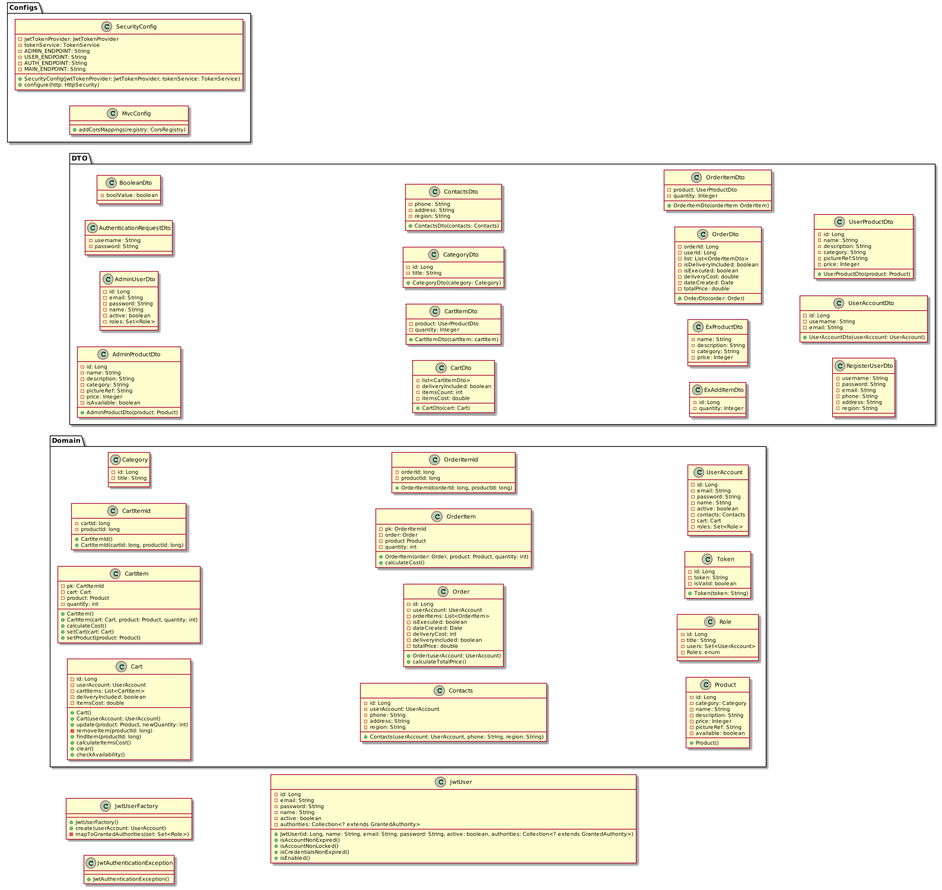
This is docs/uml/class_diagram_2.png from stroitel201/techshop, a PlantUML export, as it was before one commit. Source of this version:
```plantuml
@startuml
scale 3000 width
scale 1500 height
left to right direction

class JwtUserFactory{
    +{method}JwtUserFactory()
    +{method}create(userAccount: UserAccount)
    -{method}mapToGrantedAuthorities(set: Set<Role>)
}

class JwtAuthenticationException{
    +{method}JwtAuthenticationException()
}

class JwtUser{
    -id: Long
    -email: String
    -password: String
    -name: String
    -active: boolean
    -authorities: Collection<? extends GrantedAuthority>
    +{method}JwtUser(id: Long, name: String, email: String, password: String, active: boolean, authorities: Collection<? extends GrantedAuthority>)
    +{method}isAccountNonExpired()
    +{method}isAccountNonLocked()
    +{method}isCredentialsNonExpired()
    +{method}isEnabled()
}

Package "Domain"{
    class Cart{
        -id: Long
        -userAccount: UserAccount
        -cartItems: List<CartItem>
        -deliveryIncluded: boolean
        -itemsCost: double
        +{method}Cart()
        +{method}Cart(userAccount: UserAccount)
        +{method}update(product: Product, newQuantity: int)
        -{method}removeItem(productId: long)
        +{method}findItem(productId: long)
        +{method}calculateItemsCost()
        +{method}clear()
        +{method}checkAvailability()
    }

    class CartItem{
        -pk: CartItemId
        -cart: Cart
        -product: Product
        -quantity: int
        +{method}CartItem()
        +{method}CartItem(cart: Cart, product: Product, quantity: int)
        +{method}calculateCost()
        +{method}setCart(cart: Cart)
        +{method}setProduct(product: Product)
    }

    class CartItemId{
        -cartId: long
        -productId: long
        +{method}CartItemId()
        +{method}CartItemId(cartId: long, productId: long)
    }

    class Category{
        -id: Long
        -title: String
    }

    class Contacts{
        -id: Long
        -userAccount: UserAccount
        -phone: String
        -address: String
        -region: String
        +{method}Contacts(userAccount: UserAccount, phone: String, region: String)
    }

    class Order{
        -id: Long
        -userAccount: UserAccount
        -orderItems: List<OrderItem>
        -isExecuted: boolean
        -dateCreated: Date
        -deliveryCost: int
        -deliveryIncluded: boolean
        -totalPrice: double
        +{method}Order(userAccount: UserAccount)
        +{method}calculateTotalPrice()
    }

    class OrderItem{
        -pk: OrderItemId
        -order: Order
        -product Product
        -quantity: int
        +{method}OrderItem(order: Order, product: Product, quantity: int)
        +{method}calculateCost()
    }

    class OrderItemId{
        -orderId: long
        -productId: long
        +{method}OrderItemId(orderId: long, productId: long)
    }

    class Product{
        -id: Long
        -category: Category
        -name: String
        -description: String
        -price: Integer
        -pictureRef: String
        -available: boolean
        +{method}Product()
    }

    class Role{
        -id: Long
        -title: String
        -users: Set<UserAccount>
        -Roles: enum
    }

    class Token{
        -id: Long
        -token: String
        -isValid: boolean
        +{method}Token(token: String)
    }

    class UserAccount{
        -id: Long
        -email: String
        -password: String
        -name: String
        -active: boolean
        -contacts: Contacts
        -cart: Cart
        -roles: Set<Role>
    }
}

Package "DTO"{
    class AdminProductDto{
        -id: Long
        -name: String
        -description: String
        -category: String
        -pictureRef: String
        -price: Integer
        -isAvailable: boolean
        +{method}AdminProductDto(product: Product)
    }

    class AdminUserDto{
        -id: Long
        -email: String
        -password: String
        -name: String
        -active: boolean
        -roles: Set<Role>
    }

    class AuthenticationRequestDto{
        -username: String
        -password: String
    }

    class BooleanDto{
        -boolValue: boolean
    }

    class CartDto{
        -list<CartItemDto>
        -deliveryIncluded: boolean
        -itemsCount: int
        -itemsCost: double
        +{method}CartDto(cart: Cart)
    }

    class CartItemDto{
        -product: UserProductDto
        -quantity: Integer
        +{method}CartItemDto(cartItem: cartItem)
    }

    class CategoryDto{
        -id: Long
        -title: String
        +{method}CategoryDto(category: Category)
    }

    class ContactsDto{
        -phone: String
        -address: String
        -region: String
        +{method}ContactsDto(contacts: Contacts)
    }

    class ExAddItemDto{
        -id: Long
        -quantity: Integer
    }

    class ExProductDto{
        -name: String
        -description: String
        -category: String
        -price: Integer
    }

    class OrderDto{
        -orderId: Long
        -userId: Long
        -list: List<OrderItemDto>
        -isDeliveryIncluded: boolean
        -isExecuted: boolean
        -deliveryCost: double
        -dateCreated: Date
        -totalPrice: double
        +{method}OrderDto(order: Order)
    }

    class OrderItemDto{
        -product: UserProductDto
        -quantity: Integer
        +{method}OrderItemDto(orderItem OrderItem)
    }

    class RegisterUserDto{
        -username: String
        -password: String
        -email: String
        -phone: String
        -address: String
        -region: String
    }

    class UserAccountDto{
        -id: Long
        -username: String
        -email: String
        +{method}UserAccountDto(userAccount: UserAccount)
    }

    class UserProductDto{
        -id: Long
        -name: String
        -description: String
        -category: String
        -pictureRef:String
        -price: Integer
        +{method}UserProductDto(product: Product)
    }
}

Package "Configs"{
    class SecurityConfig{
        -jwtTokenProvider: JwtTokenProvider
        -tokenService: TokenService
        -ADMIN_ENDPOINT: String
        -USER_ENDPOINT: String
        -AUTH_ENDPOINT: String
        -MAIN_ENDPOINT: String
        +{method}SecurityConfig(jwtTokenProvider: JwtTokenProvider, tokenService: TokenService)
        +{method}configure(http: HttpSecurity)
    }
    class MvcConfig{
        +{method}addCorsMappings(registry: CorsRegistry)
    }
}
@enduml
```
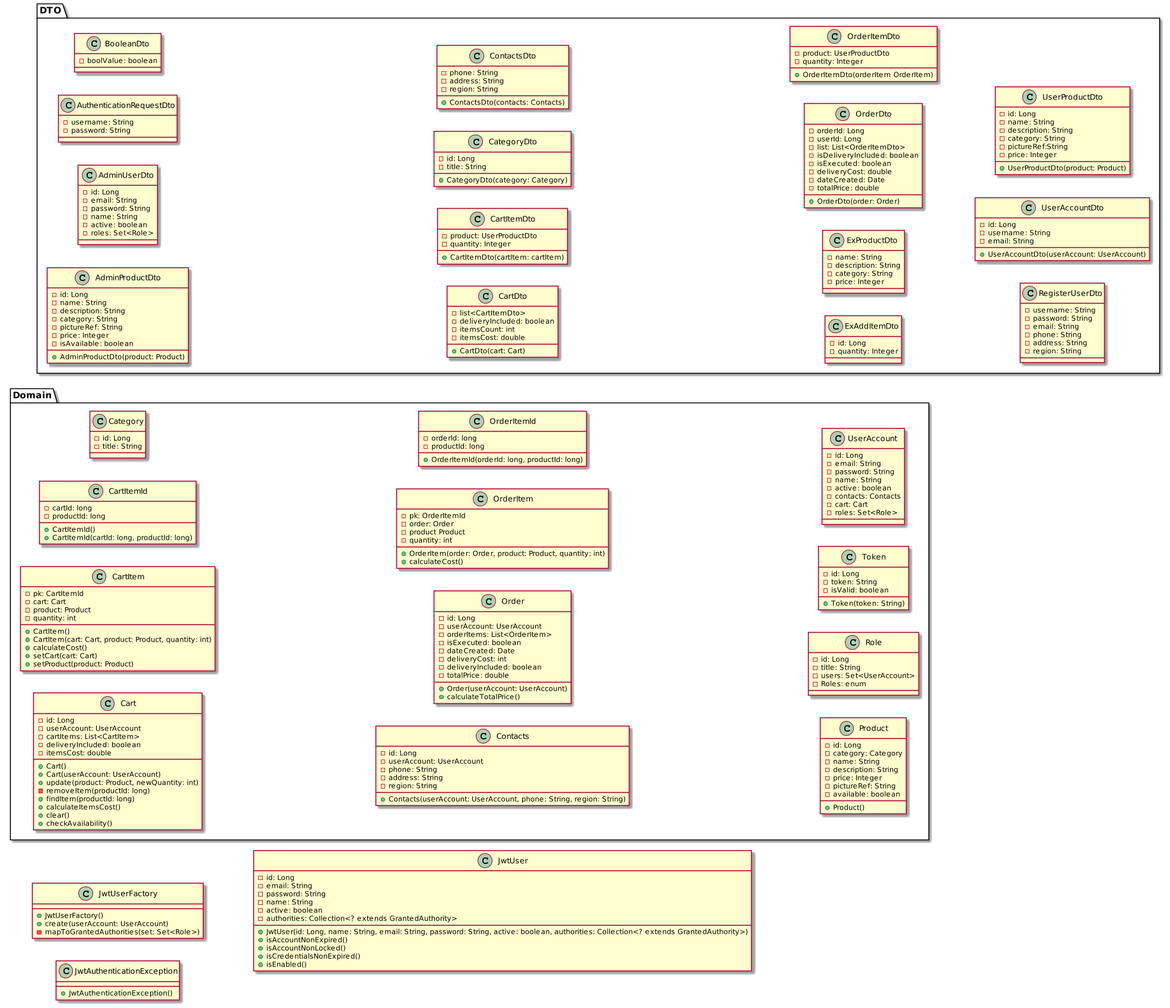
After the commit.

Change to the diagram source:
```diff
@@ -1,6 +1,6 @@
 @startuml
 scale 3000 width
-scale 1500 height
+scale 1700 height
 left to right direction
 
 class JwtUserFactory{
@@ -255,20 +255,4 @@
         +{method}UserProductDto(product: Product)
     }
 }
-
-Package "Configs"{
-    class SecurityConfig{
-        -jwtTokenProvider: JwtTokenProvider
-        -tokenService: TokenService
-        -ADMIN_ENDPOINT: String
-        -USER_ENDPOINT: String
-        -AUTH_ENDPOINT: String
-        -MAIN_ENDPOINT: String
-        +{method}SecurityConfig(jwtTokenProvider: JwtTokenProvider, tokenService: TokenService)
-        +{method}configure(http: HttpSecurity)
-    }
-    class MvcConfig{
-        +{method}addCorsMappings(registry: CorsRegistry)
-    }
-}
 @enduml
```
